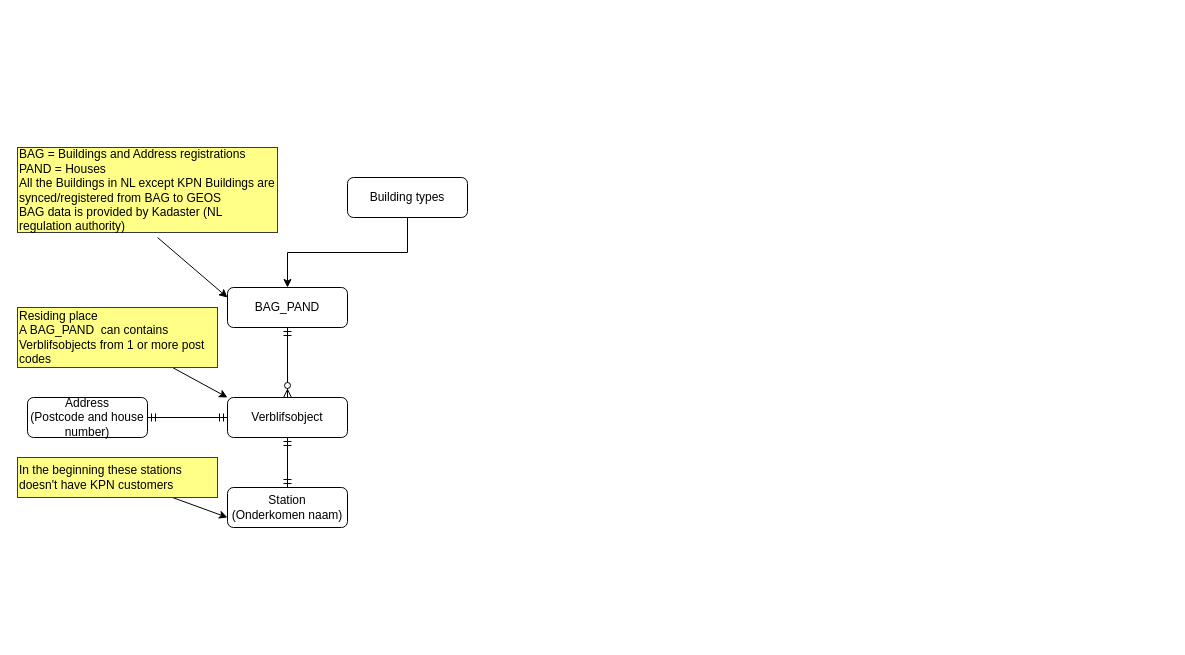
dearishtaq/hello-world-old keeps this draw.io diagram as Location Model.drawio. Above is the earlier version. Source tidied: cells renumbered, new cells numbered last; positions are measured from the earlier drawing's top-left corner, leaving out a move shared by most shapes. Both pictures are drawn from the tidied source at 100%, with x=0, y=0 at pixel (17, 147).
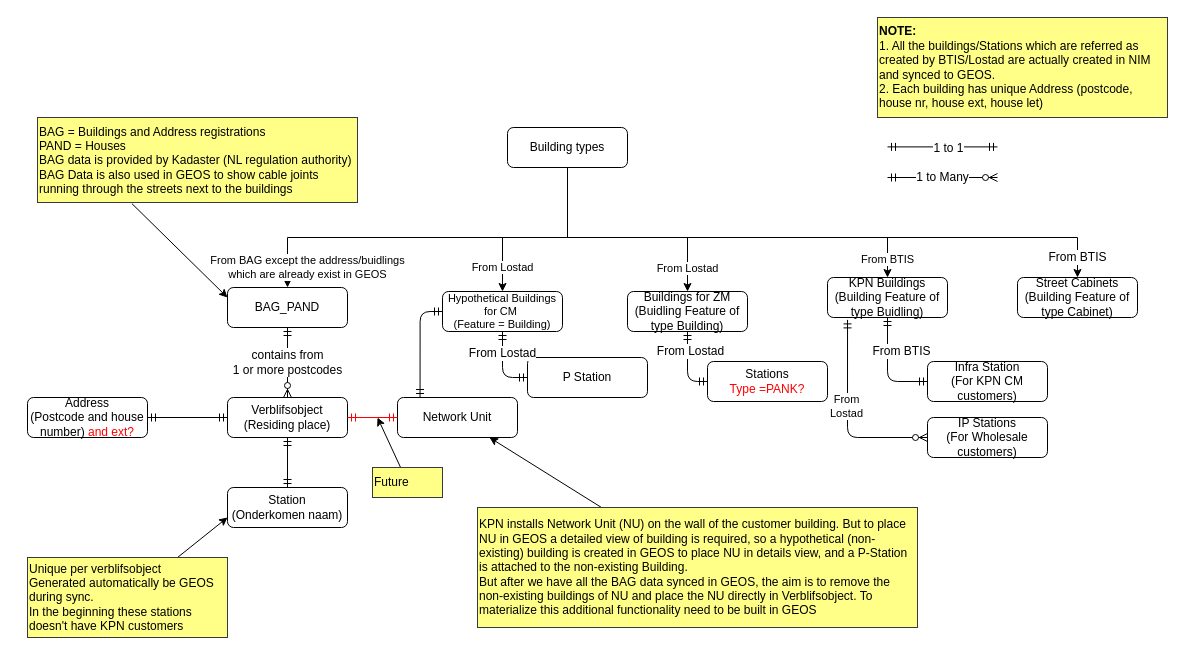
Above is the later version.

Unchanged cells that the change refers to:
```xml
<mxCell id="5" value="BAG_PAND" style="rounded=1;whiteSpace=wrap;html=1;fontSize=12;glass=0;strokeWidth=1;shadow=0;" parent="1" vertex="1">
  <mxGeometry x="210" y="140" width="120" height="40" as="geometry" />
</mxCell>
```

Change to the diagram source:
```diff
@@
-    <mxCell id="2" style="edgeStyle=orthogonalEdgeStyle;rounded=0;jettySize=auto;html=1;entryX=0.5;entryY=0;entryDx=0;entryDy=0;" parent="1" edge="1" source="3" target="5">
-      <mxGeometry relative="1" as="geometry" />
+    <mxCell id="2" value="From BAG except the address/buidlings &lt;br&gt;which are already exist in GEOS" style="edgeStyle=orthogonalEdgeStyle;rounded=0;jettySize=auto;html=1;entryX=0.5;entryY=0;entryDx=0;entryDy=0;exitX=0.5;exitY=1;exitDx=0;exitDy=0;" parent="1" edge="1" source="3" target="5">
+      <mxGeometry x="0.9" y="20" relative="1" as="geometry">
+        <Array as="points">
+          <mxPoint x="550" y="90" />
+          <mxPoint x="270" y="90" />
+        </Array>
+      </mxGeometry>
     </mxCell>
+    <mxCell id="17" value="From Lostad" style="edgeStyle=orthogonalEdgeStyle;rounded=0;jettySize=auto;html=1;entryX=0.5;entryY=0;entryDx=0;entryDy=0;" parent="1" edge="1" target="31">
+      <mxGeometry x="0.81" relative="1" as="geometry">
+        <mxPoint x="550" y="20" as="sourcePoint" />
+        <Array as="points">
+          <mxPoint x="550" y="90" />
+          <mxPoint x="670" y="90" />
+        </Array>
+      </mxGeometry>
+    </mxCell>
+    <mxCell id="18" value="&lt;span style=&quot;color: rgb(0 , 0 , 0) ; font-family: &amp;#34;helvetica&amp;#34; ; font-size: 11px ; font-style: normal ; font-weight: 400 ; letter-spacing: normal ; text-align: center ; text-indent: 0px ; text-transform: none ; word-spacing: 0px ; background-color: rgb(255 , 255 , 255) ; display: inline ; float: none&quot;&gt;From Lostad&lt;/span&gt;" style="edgeStyle=orthogonalEdgeStyle;rounded=0;jettySize=auto;html=1;" parent="1" edge="1" source="3" target="34">
+      <mxGeometry x="0.75" relative="1" as="geometry">
+        <Array as="points">
+          <mxPoint x="550" y="90" />
+          <mxPoint x="485" y="90" />
+        </Array>
+      </mxGeometry>
+    </mxCell>
+    <mxCell id="19" value="&lt;font color=&quot;#000000&quot; style=&quot;font-size: 12px&quot;&gt;From BTIS&lt;/font&gt;" style="edgeStyle=orthogonalEdgeStyle;rounded=0;jettySize=auto;html=1;strokeColor=#000000;fontSize=9;fontColor=#FF0000;exitX=0.5;exitY=1;exitDx=0;exitDy=0;entryX=0.5;entryY=0;entryDx=0;entryDy=0;" parent="1" edge="1" source="3" target="38">
+      <mxGeometry x="0.94" relative="1" as="geometry">
+        <Array as="points">
+          <mxPoint x="550" y="90" />
+          <mxPoint x="1060" y="90" />
+        </Array>
+        <mxPoint y="-1" as="offset" />
+      </mxGeometry>
+    </mxCell>
     <mxCell id="3" value="Building types" style="rounded=1;whiteSpace=wrap;html=1;fontSize=12;glass=0;strokeWidth=1;shadow=0;" parent="1" vertex="1">
-      <mxGeometry x="330" y="30" width="120" height="40" as="geometry" />
+      <mxGeometry x="490" y="-20" width="120" height="40" as="geometry" />
     </mxCell>
-    <mxCell id="4" value="Verblifsobject" style="rounded=1;whiteSpace=wrap;html=1;fontSize=12;glass=0;strokeWidth=1;shadow=0;" parent="1" vertex="1">
+    <mxCell id="4" value="Verblifsobject&lt;br&gt;(Residing place)" style="rounded=1;whiteSpace=wrap;html=1;fontSize=12;glass=0;strokeWidth=1;shadow=0;" parent="1" vertex="1">
       <mxGeometry x="210" y="250" width="120" height="40" as="geometry" />
     </mxCell>
@@
-    <mxCell id="6" style="rounded=0;jettySize=auto;html=1;entryX=0;entryY=0.25;entryDx=0;entryDy=0;" parent="1" edge="1" target="5">
-      <mxGeometry relative="1" as="geometry">
-        <mxPoint x="140" y="90" as="sourcePoint" />
-      </mxGeometry>
+    <mxCell id="6" style="rounded=0;jettySize=auto;html=1;entryX=0;entryY=0.25;entryDx=0;entryDy=0;exitX=0.295;exitY=1.013;exitDx=0;exitDy=0;exitPerimeter=0;" parent="1" edge="1" source="7" target="5">
+      <mxGeometry relative="1" as="geometry" />
     </mxCell>
-    <mxCell id="7" value="BAG = Buildings and Address registrations&lt;br&gt;PAND = Houses&lt;br&gt;All the Buildings in NL except KPN Buildings are synced/registered from BAG to GEOS&lt;br&gt;BAG data is provided by Kadaster (NL regulation authority)" style="text;html=1;strokeColor=#36393d;align=left;verticalAlign=middle;whiteSpace=wrap;rounded=0;fillColor=#ffff88;" parent="1" vertex="1">
-      <mxGeometry width="260" height="85" as="geometry" />
+    <mxCell id="7" value="BAG = Buildings and Address registrations&lt;br&gt;PAND = Houses&lt;br&gt;BAG data is provided by Kadaster (NL regulation authority)&lt;br&gt;BAG Data is also used in GEOS to show cable joints running through the streets next to the buildings" style="text;html=1;strokeColor=#36393d;align=left;verticalAlign=middle;whiteSpace=wrap;rounded=0;fillColor=#ffff88;" parent="1" vertex="1">
+      <mxGeometry x="20" y="-30" width="320" height="85" as="geometry" />
     </mxCell>
-    <mxCell id="8" style="edgeStyle=none;rounded=0;jettySize=auto;html=1;entryX=0;entryY=0;entryDx=0;entryDy=0;" parent="1" edge="1" source="9" target="4">
-      <mxGeometry relative="1" as="geometry" />
-    </mxCell>
-    <mxCell id="9" value="Residing place&lt;br&gt;A BAG_PAND&amp;nbsp; can contains Verblifsobjects from 1 or more post codes" style="text;html=1;strokeColor=#36393d;align=left;verticalAlign=middle;whiteSpace=wrap;rounded=0;fillColor=#ffff88;" parent="1" vertex="1">
-      <mxGeometry y="160" width="200" height="60" as="geometry" />
-    </mxCell>
-    <mxCell id="10" style="fontSize=12;html=1;endArrow=ERzeroToMany;startArrow=ERmandOne;exitX=0.5;exitY=1;exitDx=0;exitDy=0;entryX=0.5;entryY=0;entryDx=0;entryDy=0;" parent="1" edge="1" source="5" target="4">
+    <mxCell id="10" value="contains from &lt;br&gt;1 or more postcodes" style="fontSize=12;html=1;endArrow=ERzeroToMany;startArrow=ERmandOne;exitX=0.5;exitY=1;exitDx=0;exitDy=0;entryX=0.5;entryY=0;entryDx=0;entryDy=0;" parent="1" edge="1" source="5" target="4">
       <mxGeometry relative="1" as="geometry" />
     </mxCell>
-    <mxCell id="11" value="Address&lt;br&gt;(Postcode and house number)" style="rounded=1;whiteSpace=wrap;html=1;fontSize=12;glass=0;strokeWidth=1;shadow=0;" parent="1" vertex="1">
+    <mxCell id="11" value="Address&lt;br&gt;(Postcode and house number) &lt;font color=&quot;#ff0000&quot;&gt;and ext?&lt;/font&gt;&lt;br&gt;" style="rounded=1;whiteSpace=wrap;html=1;fontSize=12;glass=0;strokeWidth=1;shadow=0;" parent="1" vertex="1">
       <mxGeometry x="10" y="250" width="120" height="40" as="geometry" />
     </mxCell>
@@
-    <mxCell id="16" value="In the beginning these stations doesn't have KPN customers" style="text;html=1;strokeColor=#36393d;align=left;verticalAlign=middle;whiteSpace=wrap;rounded=0;fillColor=#ffff88;" parent="1" vertex="1">
-      <mxGeometry y="310" width="200" height="40" as="geometry" />
+    <mxCell id="16" value="Unique per verblifsobject&lt;br&gt;Generated automatically be GEOS during sync.&lt;br&gt;In the beginning these stations doesn't have KPN customers" style="text;html=1;strokeColor=#36393d;align=left;verticalAlign=middle;whiteSpace=wrap;rounded=0;fillColor=#ffff88;" parent="1" vertex="1">
+      <mxGeometry x="10" y="410" width="200" height="80" as="geometry" />
     </mxCell>
+    <mxCell id="20" value="Network Unit" style="rounded=1;whiteSpace=wrap;html=1;fontSize=12;glass=0;strokeWidth=1;shadow=0;" parent="1" vertex="1">
+      <mxGeometry x="380" y="250" width="120" height="40" as="geometry" />
+    </mxCell>
+    <mxCell id="21" style="fontSize=12;html=1;endArrow=ERmandOne;startArrow=ERmandOne;exitX=1;exitY=0.5;exitDx=0;exitDy=0;entryX=0;entryY=0.5;entryDx=0;entryDy=0;fontColor=#FF0000;strokeColor=#FF0000;" parent="1" edge="1" source="4" target="20">
+      <mxGeometry relative="1" as="geometry" />
+    </mxCell>
+    <mxCell id="22" style="rounded=0;jettySize=auto;html=1;" parent="1" edge="1" source="23" target="20">
+      <mxGeometry relative="1" as="geometry" />
+    </mxCell>
+    <mxCell id="23" value="KPN installs Network Unit (NU) on the wall of the customer building. But to place NU in GEOS a detailed view of building is required, so a hypothetical (non-existing) building is created in GEOS to place NU in details view, and a P-Station is attached to the non-existing Building.&amp;nbsp;&lt;br&gt;&lt;span&gt;But after we have all&amp;nbsp;the BAG data synced in GEOS, the aim is to remove the non-existing buildings of NU and place the NU directly in Verblifsobject. To materialize&amp;nbsp;this additional functionality need to be built in GEOS&lt;br&gt;&lt;/span&gt;" style="text;html=1;strokeColor=#36393d;align=left;verticalAlign=middle;whiteSpace=wrap;rounded=0;fillColor=#ffff88;" parent="1" vertex="1">
+      <mxGeometry x="460" y="360" width="440" height="120" as="geometry" />
+    </mxCell>
+    <mxCell id="24" value="KPN Buildings&lt;br&gt;(Building Feature of type Buidling)" style="rounded=1;whiteSpace=wrap;html=1;fontSize=12;glass=0;strokeWidth=1;shadow=0;" parent="1" vertex="1">
+      <mxGeometry x="810" y="130" width="120" height="40" as="geometry" />
+    </mxCell>
+    <mxCell id="25" value="Infra Station&lt;br&gt;(For KPN CM customers)" style="rounded=1;whiteSpace=wrap;html=1;fontSize=12;glass=0;strokeWidth=1;shadow=0;" parent="1" vertex="1">
+      <mxGeometry x="910" y="214" width="120" height="40" as="geometry" />
+    </mxCell>
+    <mxCell id="26" value="From BTIS" style="fontSize=12;html=1;endArrow=ERmandOne;startArrow=ERmandOne;exitX=0.5;exitY=1;exitDx=0;exitDy=0;entryX=0;entryY=0.5;entryDx=0;entryDy=0;edgeStyle=orthogonalEdgeStyle;" parent="1" edge="1" source="24" target="25">
+      <mxGeometry x="0.5" y="30" relative="1" as="geometry" />
+    </mxCell>
+    <mxCell id="27" value="IP Stations&lt;br&gt;(For Wholesale customers)" style="rounded=1;whiteSpace=wrap;html=1;fontSize=12;glass=0;strokeWidth=1;shadow=0;" parent="1" vertex="1">
+      <mxGeometry x="910" y="270" width="120" height="40" as="geometry" />
+    </mxCell>
+    <mxCell id="28" style="fontSize=12;html=1;endArrow=ERzeroToMany;startArrow=ERmandOne;exitX=0.167;exitY=1.06;exitDx=0;exitDy=0;entryX=0;entryY=0.5;entryDx=0;entryDy=0;edgeStyle=orthogonalEdgeStyle;exitPerimeter=0;" parent="1" edge="1" source="24" target="27">
+      <mxGeometry relative="1" as="geometry" />
+    </mxCell>
+    <mxCell id="29" value="From&lt;br&gt;Lostad" style="edgeLabel;html=1;align=center;verticalAlign=middle;" parent="28" vertex="1">
+      <mxGeometry x="-0.12" y="-2" relative="1" as="geometry">
+        <mxPoint y="-1" as="offset" />
+      </mxGeometry>
+    </mxCell>
+    <mxCell id="30" value="From BTIS" style="edgeStyle=orthogonalEdgeStyle;rounded=0;jettySize=auto;html=1;exitX=0.5;exitY=1;exitDx=0;exitDy=0;entryX=0.5;entryY=0;entryDx=0;entryDy=0;" parent="1" edge="1" source="3" target="24">
+      <mxGeometry x="0.92" relative="1" as="geometry">
+        <Array as="points">
+          <mxPoint x="550" y="90" />
+          <mxPoint x="870" y="90" />
+        </Array>
+        <mxPoint y="-1" as="offset" />
+      </mxGeometry>
+    </mxCell>
+    <mxCell id="31" value="Buildings for ZM&lt;br&gt;(Buidling Feature of type Building)" style="rounded=1;whiteSpace=wrap;html=1;fontSize=12;glass=0;strokeWidth=1;shadow=0;" parent="1" vertex="1">
+      <mxGeometry x="610" y="144" width="120" height="40" as="geometry" />
+    </mxCell>
+    <mxCell id="32" value="Stations&lt;br&gt;&lt;font color=&quot;#ff0000&quot;&gt;Type =PANK?&lt;/font&gt;" style="rounded=1;whiteSpace=wrap;html=1;fontSize=12;glass=0;strokeWidth=1;shadow=0;" parent="1" vertex="1">
+      <mxGeometry x="690" y="214" width="120" height="40" as="geometry" />
+    </mxCell>
+    <mxCell id="33" value="From Lostad" style="fontSize=12;html=1;endArrow=ERmandOne;startArrow=ERmandOne;exitX=0.5;exitY=1;exitDx=0;exitDy=0;entryX=0;entryY=0.5;entryDx=0;entryDy=0;edgeStyle=orthogonalEdgeStyle;" parent="1" edge="1" source="31" target="32">
+      <mxGeometry x="0.5" y="30" relative="1" as="geometry" />
+    </mxCell>
+    <mxCell id="34" value="Hypothetical Buildings for CM&amp;nbsp;&lt;br style=&quot;font-size: 11px;&quot;&gt;(Feature = Building)" style="rounded=1;whiteSpace=wrap;html=1;fontSize=11;glass=0;strokeWidth=1;shadow=0;" parent="1" vertex="1">
+      <mxGeometry x="425" y="144" width="120" height="40" as="geometry" />
+    </mxCell>
+    <mxCell id="35" value="P Station" style="rounded=1;whiteSpace=wrap;html=1;fontSize=12;glass=0;strokeWidth=1;shadow=0;" parent="1" vertex="1">
+      <mxGeometry x="510" y="210" width="120" height="40" as="geometry" />
+    </mxCell>
+    <mxCell id="36" value="From Lostad" style="fontSize=12;html=1;endArrow=ERmandOne;startArrow=ERmandOne;exitX=0.5;exitY=1;exitDx=0;exitDy=0;entryX=0;entryY=0.5;entryDx=0;entryDy=0;edgeStyle=orthogonalEdgeStyle;" parent="1" edge="1" source="34" target="35">
+      <mxGeometry x="-0.38" relative="1" as="geometry" />
+    </mxCell>
+    <mxCell id="37" style="fontSize=12;html=1;endArrow=ERmandOne;startArrow=ERmandOne;exitX=0;exitY=0.5;exitDx=0;exitDy=0;fontColor=#FF0000;edgeStyle=orthogonalEdgeStyle;entryX=0.188;entryY=0;entryDx=0;entryDy=0;entryPerimeter=0;" parent="1" edge="1" source="34" target="20">
+      <mxGeometry relative="1" as="geometry" />
+    </mxCell>
+    <mxCell id="38" value="Street Cabinets&lt;br&gt;(Building Feature of type Cabinet)" style="rounded=1;whiteSpace=wrap;html=1;fontSize=12;glass=0;strokeWidth=1;shadow=0;" parent="1" vertex="1">
+      <mxGeometry x="1000" y="130" width="120" height="40" as="geometry" />
+    </mxCell>
+    <mxCell id="39" style="rounded=0;jettySize=auto;html=1;strokeColor=#000000;fontSize=9;fontColor=#FF0000;" parent="1" edge="1" source="40">
+      <mxGeometry relative="1" as="geometry">
+        <mxPoint x="360" y="270" as="targetPoint" />
+      </mxGeometry>
+    </mxCell>
+    <mxCell id="40" value="Future" style="text;html=1;strokeColor=#36393d;align=left;verticalAlign=middle;whiteSpace=wrap;rounded=0;fillColor=#ffff88;" parent="1" vertex="1">
+      <mxGeometry x="355" y="320" width="70" height="30" as="geometry" />
+    </mxCell>
+    <mxCell id="41" value="&lt;b&gt;NOTE:&lt;/b&gt;&lt;br&gt;1. All the buildings/Stations which are referred as created by BTIS/Lostad are actually created in NIM and synced to GEOS.&lt;br&gt;2. Each building has unique Address (postcode, house nr, house ext, house let)" style="text;html=1;strokeColor=#36393d;align=left;verticalAlign=middle;whiteSpace=wrap;rounded=0;fillColor=#ffff88;" parent="1" vertex="1">
+      <mxGeometry x="860" y="-130" width="290" height="100" as="geometry" />
+    </mxCell>
+    <mxCell id="42" style="fontSize=12;html=1;endArrow=ERmandOne;startArrow=ERmandOne;strokeColor=#000000;" parent="1" edge="1">
+      <mxGeometry relative="1" as="geometry">
+        <mxPoint x="870" y="-0.6" as="sourcePoint" />
+        <mxPoint x="980" y="-0.6" as="targetPoint" />
+      </mxGeometry>
+    </mxCell>
+    <mxCell id="43" value="&lt;font color=&quot;#000000&quot; style=&quot;font-size: 12px&quot;&gt;1 to 1&lt;/font&gt;" style="edgeLabel;html=1;align=center;verticalAlign=middle;fontSize=9;fontColor=#FF0000;" parent="42" vertex="1">
+      <mxGeometry x="0.32" y="-2" relative="1" as="geometry">
+        <mxPoint x="-12.9" y="-1.4" as="offset" />
+      </mxGeometry>
+    </mxCell>
+    <mxCell id="44" value="1 to Many" style="fontSize=12;html=1;endArrow=ERzeroToMany;startArrow=ERmandOne;strokeColor=#000000;" parent="1" edge="1">
+      <mxGeometry relative="1" as="geometry">
+        <mxPoint x="870" y="30" as="sourcePoint" />
+        <mxPoint x="980" y="30" as="targetPoint" />
+      </mxGeometry>
+    </mxCell>
```
